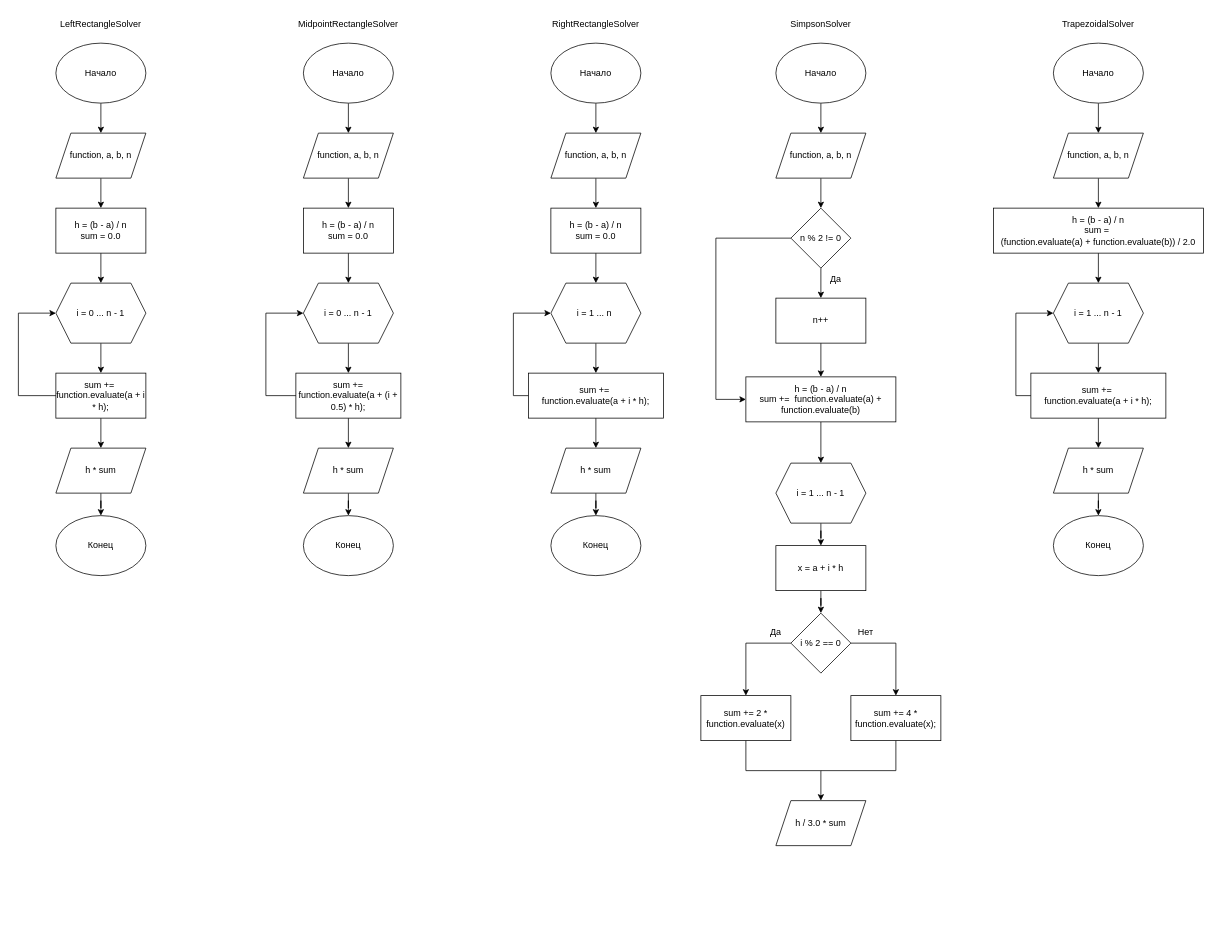
Earlier version of the draw.io diagram 4 Вычислительная Математика/Лаб/Lab3/Lab3.drawio (utpwtb/ITMO). Source tidied: cells renumbered, new cells numbered last; positions are measured from the earlier drawing's top-left corner, leaving out a move shared by most shapes. Both pictures are drawn from the tidied source at 75%, with x=0, y=0 at pixel (18, 13).
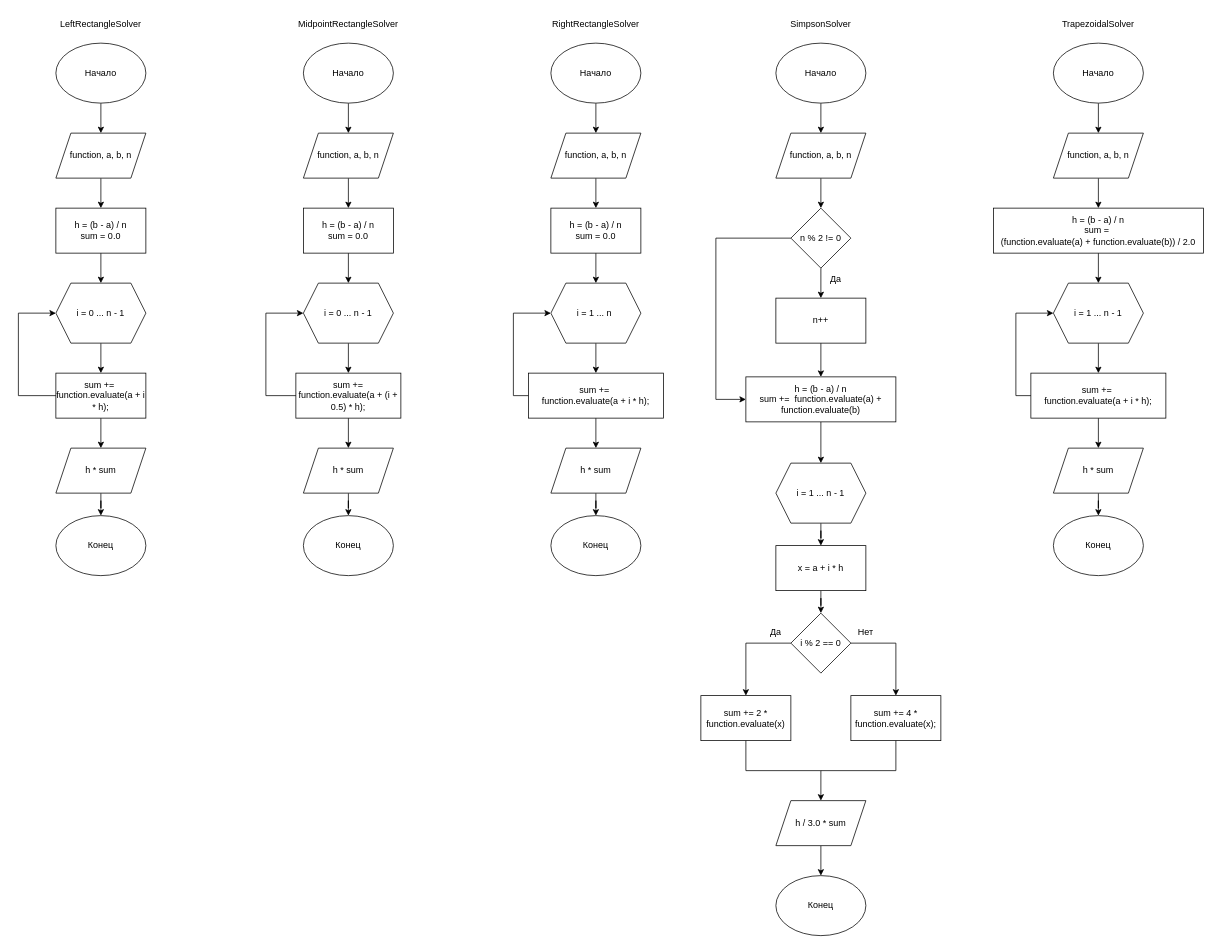
The same diagram, later.

The change refers to these unchanged cells:
```xml
<mxCell id="65" value="h / 3.0 * sum" style="shape=parallelogram;perimeter=parallelogramPerimeter;whiteSpace=wrap;html=1;fixedSize=1;" parent="1" vertex="1">
  <mxGeometry x="1010" y="1050" width="120" height="60" as="geometry" />
</mxCell>
```

What changed in the source:
```diff
@@
+    <mxCell id="89" style="edgeStyle=orthogonalEdgeStyle;rounded=0;jettySize=auto;html=1;" parent="1" edge="1" source="65" target="90">
+      <mxGeometry relative="1" as="geometry" />
+    </mxCell>
@@
+    <mxCell id="90" value="Конец" style="ellipse;whiteSpace=wrap;html=1;" parent="1" vertex="1">
+      <mxGeometry x="1010" y="1150" width="120" height="80" as="geometry" />
+    </mxCell>
```
